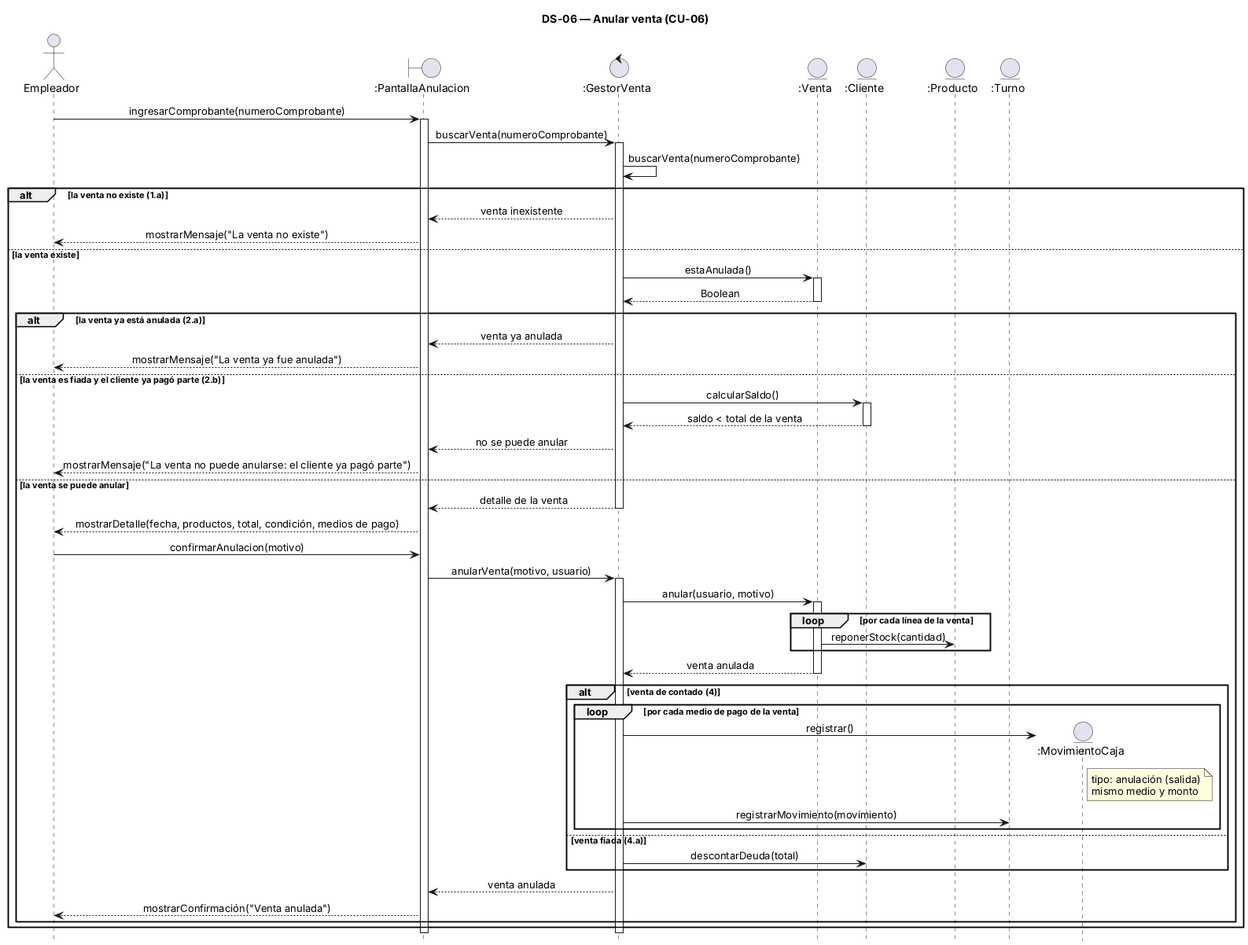
Above: 08-Diagrama De Secuencia/DS-06 Anular venta.png in alanbalzaretti123/control-de-stock1 (PlantUML), before the change. Its diagram source:
```plantuml
@startuml
title DS-06 — Anular venta (CU-06)
hide footbox
skinparam sequenceMessageAlign center
skinparam responseMessageBelowArrow true

actor "Empleador" as U
boundary ":PantallaAnulacion" as P
control ":GestorVenta" as G
entity ":Venta" as V
entity ":Cliente" as C
entity ":Producto" as PR
entity ":Turno" as T

U -> P : ingresarComprobante(numeroComprobante)
activate P
P -> G : buscarVenta(numeroComprobante)
activate G
G -> G : buscarVenta(numeroComprobante)

alt la venta no existe (1.a)
  G --> P : venta inexistente
  P --> U : mostrarMensaje("La venta no existe")
else la venta existe
  G -> V : estaAnulada()
  activate V
  V --> G : Boolean
  deactivate V

  alt la venta ya está anulada (2.a)
    G --> P : venta ya anulada
    P --> U : mostrarMensaje("La venta ya fue anulada")
  else la venta es fiada y el cliente ya pagó parte (2.b)
    G -> C : calcularSaldo()
    activate C
    C --> G : saldo < total de la venta
    deactivate C
    G --> P : no se puede anular
    P --> U : mostrarMensaje("La venta no puede anularse: el cliente ya pagó parte")
  else la venta se puede anular
    G --> P : detalle de la venta
    deactivate G
    P --> U : mostrarDetalle(fecha, productos, total, condición, medios de pago)

    U -> P : confirmarAnulacion(motivo)
    P -> G : anularVenta(motivo, usuario)
    activate G
    G -> V : anular(usuario, motivo)
    activate V
    loop por cada línea de la venta
      V -> PR : reponerStock(cantidad)
    end
    V --> G : venta anulada
    deactivate V

    alt venta de contado (4)
      loop por cada medio de pago de la venta
        create entity ":MovimientoCaja" as M
        G -> M : registrar()
        note right of M : tipo: anulación (salida)\nmismo medio y monto
        G -> T : registrarMovimiento(movimiento)
      end
    else venta fiada (4.a)
      G -> C : descontarDeuda(total)
    end

    G --> P : venta anulada
    P --> U : mostrarConfirmación("Venta anulada")
  end
end

deactivate G
deactivate P
@enduml
```
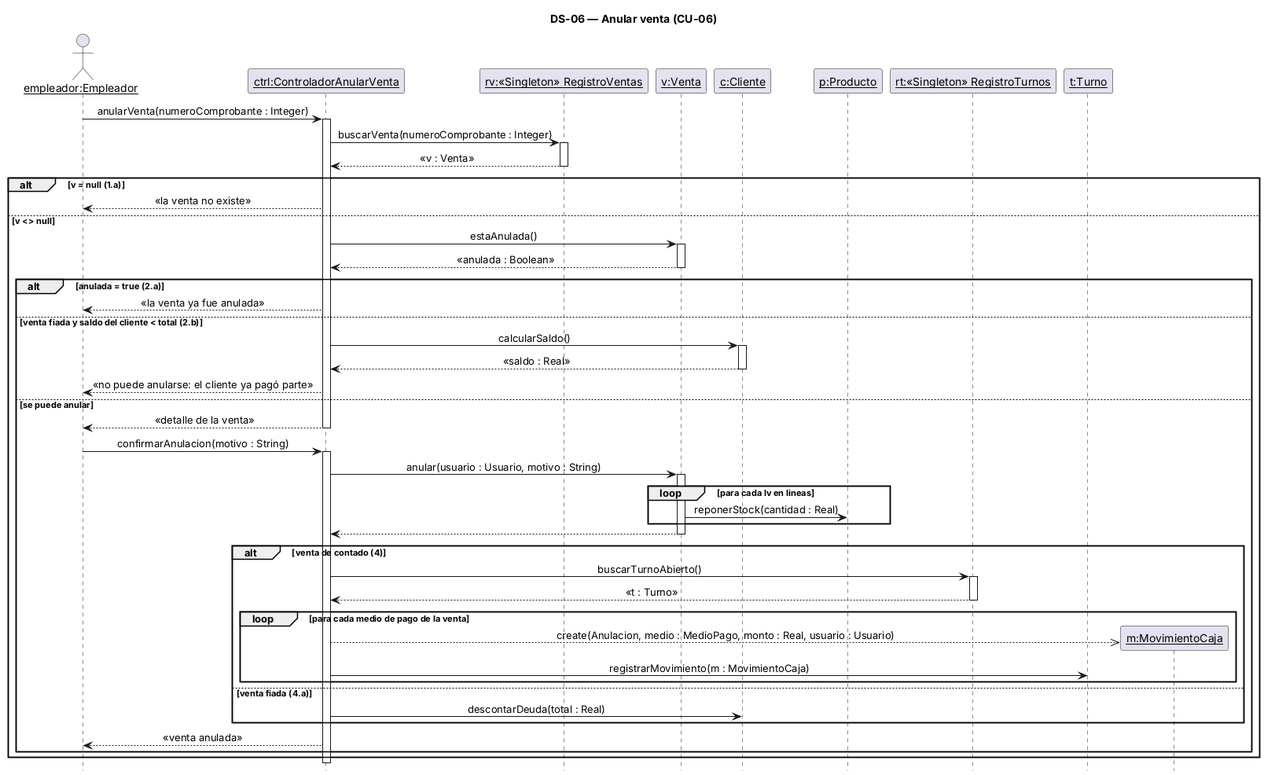
The same diagram one commit later.

The edit, as a diff of the source:
```diff
@@ -3,72 +3,65 @@
 hide footbox
 skinparam sequenceMessageAlign center
 skinparam responseMessageBelowArrow true
+skinparam sequenceParticipant underline
 
-actor "Empleador" as U
-boundary ":PantallaAnulacion" as P
-control ":GestorVenta" as G
-entity ":Venta" as V
-entity ":Cliente" as C
-entity ":Producto" as PR
-entity ":Turno" as T
+actor "empleador:Empleador" as U
+participant "ctrl:ControladorAnularVenta" as C
+participant "rv:«Singleton» RegistroVentas" as RV
+participant "v:Venta" as V
+participant "c:Cliente" as CL
+participant "p:Producto" as P
+participant "rt:«Singleton» RegistroTurnos" as RT
+participant "t:Turno" as T
 
-U -> P : ingresarComprobante(numeroComprobante)
-activate P
-P -> G : buscarVenta(numeroComprobante)
-activate G
-G -> G : buscarVenta(numeroComprobante)
-
-alt la venta no existe (1.a)
-  G --> P : venta inexistente
-  P --> U : mostrarMensaje("La venta no existe")
-else la venta existe
-  G -> V : estaAnulada()
+U -> C : anularVenta(numeroComprobante : Integer)
+activate C
+C -> RV : buscarVenta(numeroComprobante : Integer)
+activate RV
+RV --> C : «v : Venta»
+deactivate RV
+alt v = null (1.a)
+  C --> U : «la venta no existe»
+else v <> null
+  C -> V : estaAnulada()
   activate V
-  V --> G : Boolean
+  V --> C : «anulada : Boolean»
   deactivate V
-
-  alt la venta ya está anulada (2.a)
-    G --> P : venta ya anulada
-    P --> U : mostrarMensaje("La venta ya fue anulada")
-  else la venta es fiada y el cliente ya pagó parte (2.b)
-    G -> C : calcularSaldo()
+  alt anulada = true (2.a)
+    C --> U : «la venta ya fue anulada»
+  else venta fiada y saldo del cliente < total (2.b)
+    C -> CL : calcularSaldo()
+    activate CL
+    CL --> C : «saldo : Real»
+    deactivate CL
+    C --> U : «no puede anularse: el cliente ya pagó parte»
+  else se puede anular
+    C --> U : «detalle de la venta»
+    deactivate C
+    U -> C : confirmarAnulacion(motivo : String)
     activate C
-    C --> G : saldo < total de la venta
-    deactivate C
-    G --> P : no se puede anular
-    P --> U : mostrarMensaje("La venta no puede anularse: el cliente ya pagó parte")
-  else la venta se puede anular
-    G --> P : detalle de la venta
-    deactivate G
-    P --> U : mostrarDetalle(fecha, productos, total, condición, medios de pago)
-
-    U -> P : confirmarAnulacion(motivo)
-    P -> G : anularVenta(motivo, usuario)
-    activate G
-    G -> V : anular(usuario, motivo)
+    C -> V : anular(usuario : Usuario, motivo : String)
     activate V
-    loop por cada línea de la venta
-      V -> PR : reponerStock(cantidad)
+    loop para cada lv en lineas
+      V -> P : reponerStock(cantidad : Real)
     end
-    V --> G : venta anulada
+    V --> C
     deactivate V
-
     alt venta de contado (4)
-      loop por cada medio de pago de la venta
-        create entity ":MovimientoCaja" as M
-        G -> M : registrar()
-        note right of M : tipo: anulación (salida)\nmismo medio y monto
-        G -> T : registrarMovimiento(movimiento)
+      C -> RT : buscarTurnoAbierto()
+      activate RT
+      RT --> C : «t : Turno»
+      deactivate RT
+      loop para cada medio de pago de la venta
+        create participant "m:MovimientoCaja" as M
+        C -->> M : create(Anulacion, medio : MedioPago, monto : Real, usuario : Usuario)
+        C -> T : registrarMovimiento(m : MovimientoCaja)
       end
     else venta fiada (4.a)
-      G -> C : descontarDeuda(total)
+      C -> CL : descontarDeuda(total : Real)
     end
-
-    G --> P : venta anulada
-    P --> U : mostrarConfirmación("Venta anulada")
+    C --> U : «venta anulada»
   end
 end
-
-deactivate G
-deactivate P
+deactivate C
 @enduml
```
